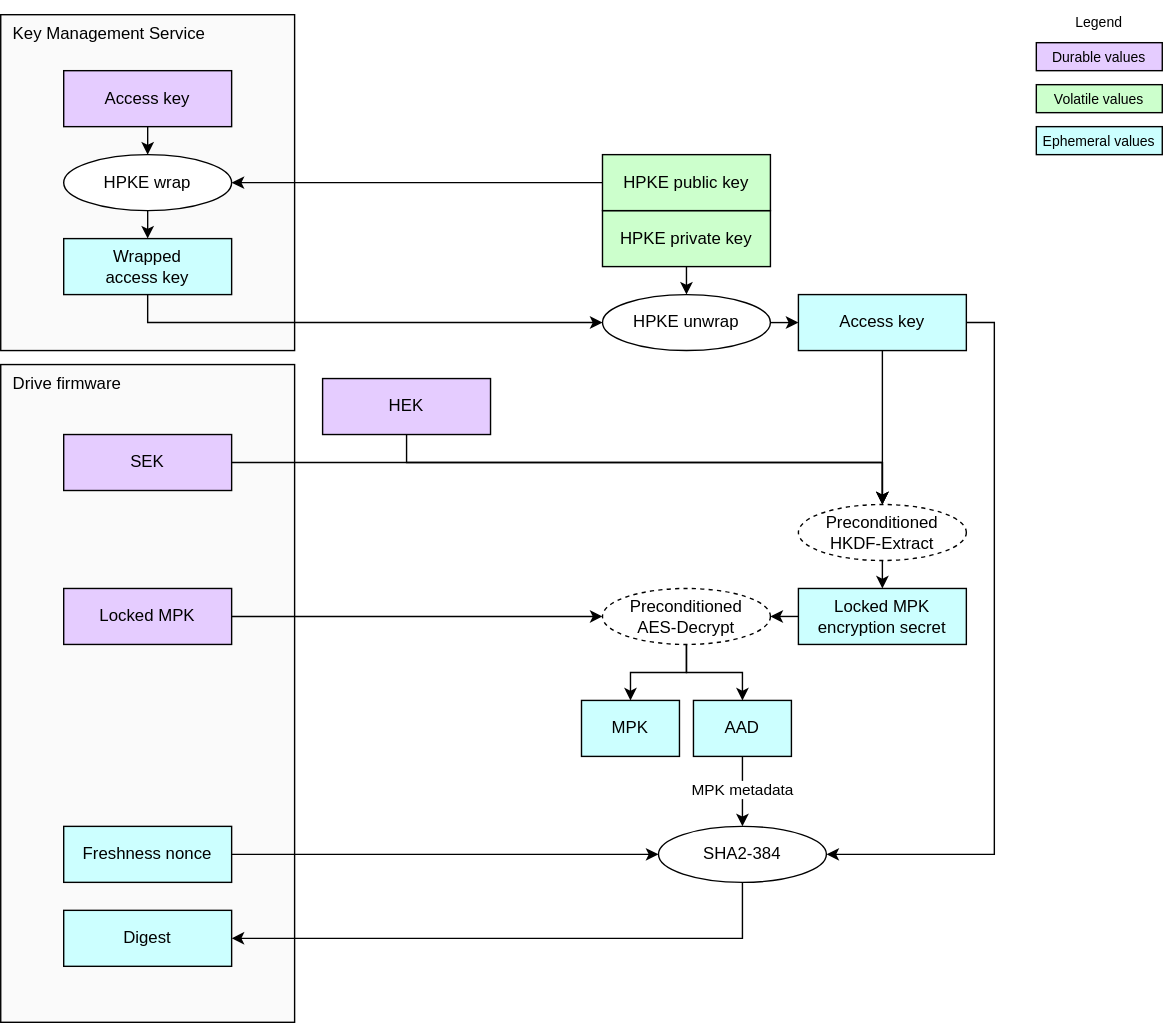
Above: doc/ocp_lock/diagrams/mpk_access_key_testing.drawio.svg in chipsalliance/Caliptra (draw.io), before the change. Source tidied: cells renumbered, new cells last; positions are measured from the earlier drawing's top-left corner, leaving out a move shared by most shapes.
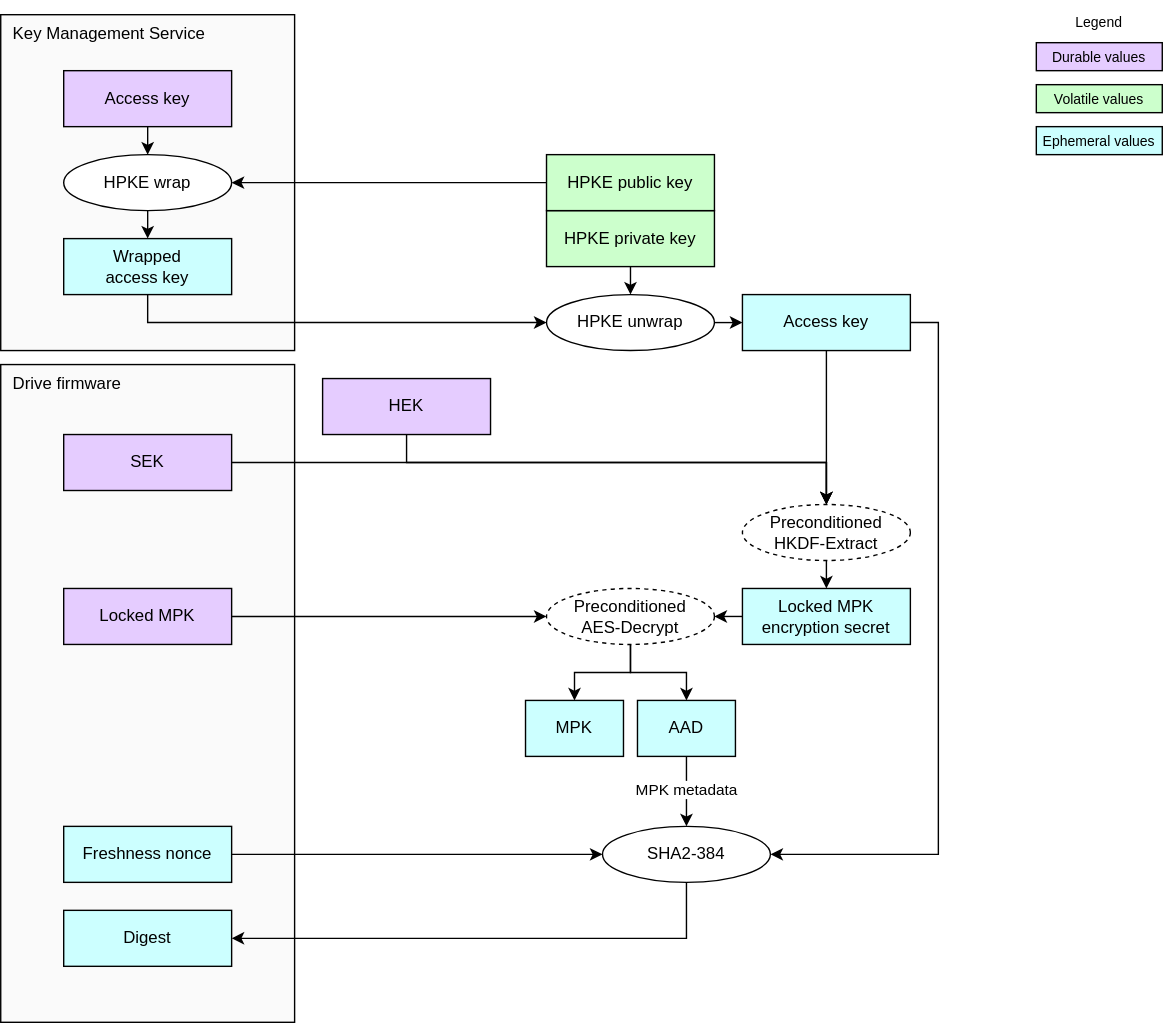
After the change.

The edit, as a diff of the source:
```diff
@@ -17,35 +17,30 @@
     <mxCell id="6" style="edgeStyle=orthogonalEdgeStyle;html=1;exitX=1;exitY=0.5;exitDx=0;exitDy=0;entryX=1;entryY=0.5;entryDx=0;entryDy=0;rounded=0;" parent="1" edge="1" source="7" target="37">
       <mxGeometry relative="1" as="geometry">
         <Array as="points">
-          <mxPoint x="710" y="230" />
-          <mxPoint x="710" y="610" />
+          <mxPoint x="670" y="230" />
+          <mxPoint x="670" y="610" />
         </Array>
       </mxGeometry>
     </mxCell>
     <mxCell id="7" value="&lt;div&gt;&lt;font color=&quot;#000000&quot;&gt;Access key&lt;/font&gt;&lt;/div&gt;" style="rounded=0;whiteSpace=wrap;html=1;align=center;verticalAlign=middle;shadow=0;glass=0;spacingLeft=0;spacingBottom=0;spacingTop=0;fillColor=#CCFFFF;" parent="1" vertex="1">
-      <mxGeometry x="570" y="210" width="120" height="40" as="geometry" />
+      <mxGeometry x="530" y="210" width="120" height="40" as="geometry" />
     </mxCell>
-    <mxCell id="8" style="endArrow=classic;html=1;exitX=0.5;exitY=1;exitDx=0;exitDy=0;endSize=6;startSize=6;edgeStyle=orthogonalEdgeStyle;rounded=0;curved=0;entryX=0.5;entryY=0;entryDx=0;entryDy=0;" parent="1" edge="1" source="7" target="29">
-      <mxGeometry relative="1" as="geometry">
-        <Array as="points">
-          <mxPoint x="630" y="340" />
-          <mxPoint x="630" y="340" />
-        </Array>
-      </mxGeometry>
+    <mxCell id="8" style="endArrow=classic;html=1;exitX=0.5;exitY=1;exitDx=0;exitDy=0;endSize=6;startSize=6;rounded=0;entryX=0.5;entryY=0;entryDx=0;entryDy=0;" parent="1" edge="1" source="7" target="29">
+      <mxGeometry relative="1" as="geometry" />
     </mxCell>
     <mxCell id="9" style="edgeStyle=segmentEdgeStyle;endArrow=classic;html=1;curved=0;rounded=0;endSize=6;startSize=6;exitX=0.5;exitY=1;exitDx=0;exitDy=0;entryX=0.5;entryY=0;entryDx=0;entryDy=0;" parent="1" edge="1" source="5" target="29">
       <mxGeometry relative="1" as="geometry">
         <Array as="points">
           <mxPoint x="290" y="330" />
-          <mxPoint x="630" y="330" />
+          <mxPoint x="590" y="330" />
         </Array>
       </mxGeometry>
     </mxCell>
     <mxCell id="10" value="&lt;div&gt;&lt;font color=&quot;#000000&quot;&gt;HPKE private key&lt;/font&gt;&lt;/div&gt;" style="rounded=0;whiteSpace=wrap;html=1;align=center;verticalAlign=middle;shadow=0;glass=0;spacingLeft=0;spacingBottom=0;spacingTop=0;fillColor=#CCFFCC;" parent="1" vertex="1">
-      <mxGeometry x="430" y="150" width="120" height="40" as="geometry" />
+      <mxGeometry x="390" y="150" width="120" height="40" as="geometry" />
     </mxCell>
     <mxCell id="11" value="HPKE unwrap" style="ellipse;whiteSpace=wrap;html=1;fillColor=#FFFFFF;" parent="1" vertex="1">
-      <mxGeometry x="430" y="210" width="120" height="40" as="geometry" />
+      <mxGeometry x="390" y="210" width="120" height="40" as="geometry" />
     </mxCell>
     <mxCell id="12" style="endArrow=classic;html=1;exitX=1;exitY=0.5;exitDx=0;exitDy=0;endSize=6;startSize=6;" parent="1" edge="1" source="11" target="7">
       <mxGeometry relative="1" as="geometry" />
@@ -57,15 +52,10 @@
       <mxGeometry x="45" y="110" width="120" height="40" as="geometry" />
     </mxCell>
     <mxCell id="15" value="&lt;div&gt;&lt;font color=&quot;#000000&quot;&gt;HPKE public key&lt;/font&gt;&lt;/div&gt;" style="rounded=0;whiteSpace=wrap;html=1;align=center;verticalAlign=middle;shadow=0;glass=0;spacingLeft=0;spacingBottom=0;spacingTop=0;fillColor=#CCFFCC;" parent="1" vertex="1">
-      <mxGeometry x="430" y="110" width="120" height="40" as="geometry" />
+      <mxGeometry x="390" y="110" width="120" height="40" as="geometry" />
     </mxCell>
-    <mxCell id="16" style="edgeStyle=segmentEdgeStyle;endArrow=classic;html=1;curved=0;rounded=0;endSize=6;startSize=6;exitX=0;exitY=0.5;exitDx=0;exitDy=0;entryX=1;entryY=0.5;entryDx=0;entryDy=0;" parent="1" edge="1" source="15" target="14">
-      <mxGeometry relative="1" as="geometry">
-        <Array as="points">
-          <mxPoint x="410" y="130" />
-          <mxPoint x="410" y="130" />
-        </Array>
-      </mxGeometry>
+    <mxCell id="16" style="endArrow=classic;html=1;rounded=0;endSize=6;startSize=6;exitX=0;exitY=0.5;exitDx=0;exitDy=0;entryX=1;entryY=0.5;entryDx=0;entryDy=0;" parent="1" edge="1" source="15" target="14">
+      <mxGeometry relative="1" as="geometry" />
     </mxCell>
     <mxCell id="17" style="endArrow=classic;html=1;exitX=0.5;exitY=1;exitDx=0;exitDy=0;entryX=0.5;entryY=0;entryDx=0;entryDy=0;endSize=6;startSize=6;" parent="1" edge="1" source="14" target="13">
       <mxGeometry relative="1" as="geometry" />
@@ -104,7 +94,7 @@
     <mxCell id="27" style="endArrow=classic;html=1;exitX=1;exitY=0.5;exitDx=0;exitDy=0;endSize=6;startSize=6;edgeStyle=orthogonalEdgeStyle;rounded=0;entryX=0.5;entryY=0;entryDx=0;entryDy=0;" parent="1" edge="1" source="26" target="29">
       <mxGeometry relative="1" as="geometry">
         <Array as="points">
-          <mxPoint x="630" y="330" />
+          <mxPoint x="590" y="330" />
         </Array>
       </mxGeometry>
     </mxCell>
@@ -112,15 +102,13 @@
       <mxGeometry relative="1" as="geometry" />
     </mxCell>
     <mxCell id="29" value="Preconditioned&lt;div&gt;HKDF-Extract&lt;/div&gt;" style="ellipse;whiteSpace=wrap;html=1;fillColor=#FFFFFF;dashed=1;" parent="1" vertex="1">
-      <mxGeometry x="570" y="360" width="120" height="40" as="geometry" />
+      <mxGeometry x="530" y="360" width="120" height="40" as="geometry" />
     </mxCell>
-    <mxCell id="30" style="edgeStyle=none;html=1;exitX=0;exitY=0.5;exitDx=0;exitDy=0;entryX=1;entryY=0.5;entryDx=0;entryDy=0;" parent="1" edge="1" source="31">
-      <mxGeometry relative="1" as="geometry">
-        <mxPoint x="550" y="440" as="targetPoint" />
-      </mxGeometry>
-    </mxCell>
+    <mxCell id="45" style="edgeStyle=none;html=1;exitX=0;exitY=0.5;exitDx=0;exitDy=0;entryX=1;entryY=0.5;entryDx=0;entryDy=0;" parent="1" edge="1" source="31" target="34">
+      <mxGeometry relative="1" as="geometry" />
+    </mxCell>
     <mxCell id="31" value="&lt;div&gt;&lt;font color=&quot;#000000&quot;&gt;Locked MPK encryption secret&lt;/font&gt;&lt;/div&gt;" style="rounded=0;whiteSpace=wrap;html=1;align=center;verticalAlign=middle;shadow=0;glass=0;spacingLeft=0;spacingBottom=0;spacingTop=0;fillColor=#CCFFFF;" parent="1" vertex="1">
-      <mxGeometry x="570" y="420" width="120" height="40" as="geometry" />
+      <mxGeometry x="530" y="420" width="120" height="40" as="geometry" />
     </mxCell>
     <mxCell id="32" style="edgeStyle=orthogonalEdgeStyle;html=1;exitX=0.5;exitY=1;exitDx=0;exitDy=0;entryX=0.5;entryY=0;entryDx=0;entryDy=0;rounded=0;" parent="1" edge="1" source="34" target="41">
       <mxGeometry relative="1" as="geometry" />
@@ -129,7 +117,7 @@
       <mxGeometry relative="1" as="geometry" />
     </mxCell>
     <mxCell id="34" value="Preconditioned&lt;div&gt;AES-Decrypt&lt;/div&gt;" style="ellipse;whiteSpace=wrap;html=1;fillColor=#FFFFFF;dashed=1;" parent="1" vertex="1">
-      <mxGeometry x="430" y="420" width="120" height="40" as="geometry" />
+      <mxGeometry x="390" y="420" width="120" height="40" as="geometry" />
     </mxCell>
     <mxCell id="35" style="endArrow=classic;html=1;exitX=1;exitY=0.5;exitDx=0;exitDy=0;entryX=0;entryY=0.5;entryDx=0;entryDy=0;endSize=6;startSize=6;" parent="1" edge="1" source="4" target="34">
       <mxGeometry relative="1" as="geometry" />
@@ -138,7 +126,7 @@
       <mxGeometry relative="1" as="geometry" />
     </mxCell>
     <mxCell id="37" value="SHA2-384" style="ellipse;whiteSpace=wrap;html=1;fillColor=#FFFFFF;" parent="1" vertex="1">
-      <mxGeometry x="470" y="590" width="120" height="40" as="geometry" />
+      <mxGeometry x="430" y="590" width="120" height="40" as="geometry" />
     </mxCell>
     <mxCell id="38" style="edgeStyle=none;html=1;exitX=1;exitY=0.5;exitDx=0;exitDy=0;entryX=0;entryY=0.5;entryDx=0;entryDy=0;" parent="1" edge="1" source="39" target="37">
       <mxGeometry relative="1" as="geometry" />
@@ -150,7 +138,7 @@
       <mxGeometry x="45" y="650" width="120" height="40" as="geometry" />
     </mxCell>
     <mxCell id="41" value="&lt;div&gt;&lt;font color=&quot;#000000&quot;&gt;MPK&lt;/font&gt;&lt;/div&gt;" style="rounded=0;whiteSpace=wrap;html=1;align=center;verticalAlign=middle;shadow=0;glass=0;spacingLeft=0;spacingBottom=0;spacingTop=0;fillColor=#CCFFFF;" parent="1" vertex="1">
-      <mxGeometry x="415" y="500" width="70" height="40" as="geometry" />
+      <mxGeometry x="375" y="500" width="70" height="40" as="geometry" />
     </mxCell>
     <mxCell id="42" style="edgeStyle=none;html=1;exitX=0.5;exitY=1;exitDx=0;exitDy=0;entryX=0.5;entryY=0;entryDx=0;entryDy=0;" parent="1" edge="1" source="44" target="37">
       <mxGeometry relative="1" as="geometry" />
@@ -159,7 +147,7 @@
       <mxGeometry x="-0.06" y="-1" relative="1" as="geometry" />
     </mxCell>
     <mxCell id="44" value="&lt;div&gt;&lt;font color=&quot;#000000&quot;&gt;AAD&lt;/font&gt;&lt;/div&gt;" style="rounded=0;whiteSpace=wrap;html=1;align=center;verticalAlign=middle;shadow=0;glass=0;spacingLeft=0;spacingBottom=0;spacingTop=0;fillColor=#CCFFFF;" parent="1" vertex="1">
-      <mxGeometry x="495" y="500" width="70" height="40" as="geometry" />
+      <mxGeometry x="455" y="500" width="70" height="40" as="geometry" />
     </mxCell>
   </root>
 </mxGraphModel>
```
